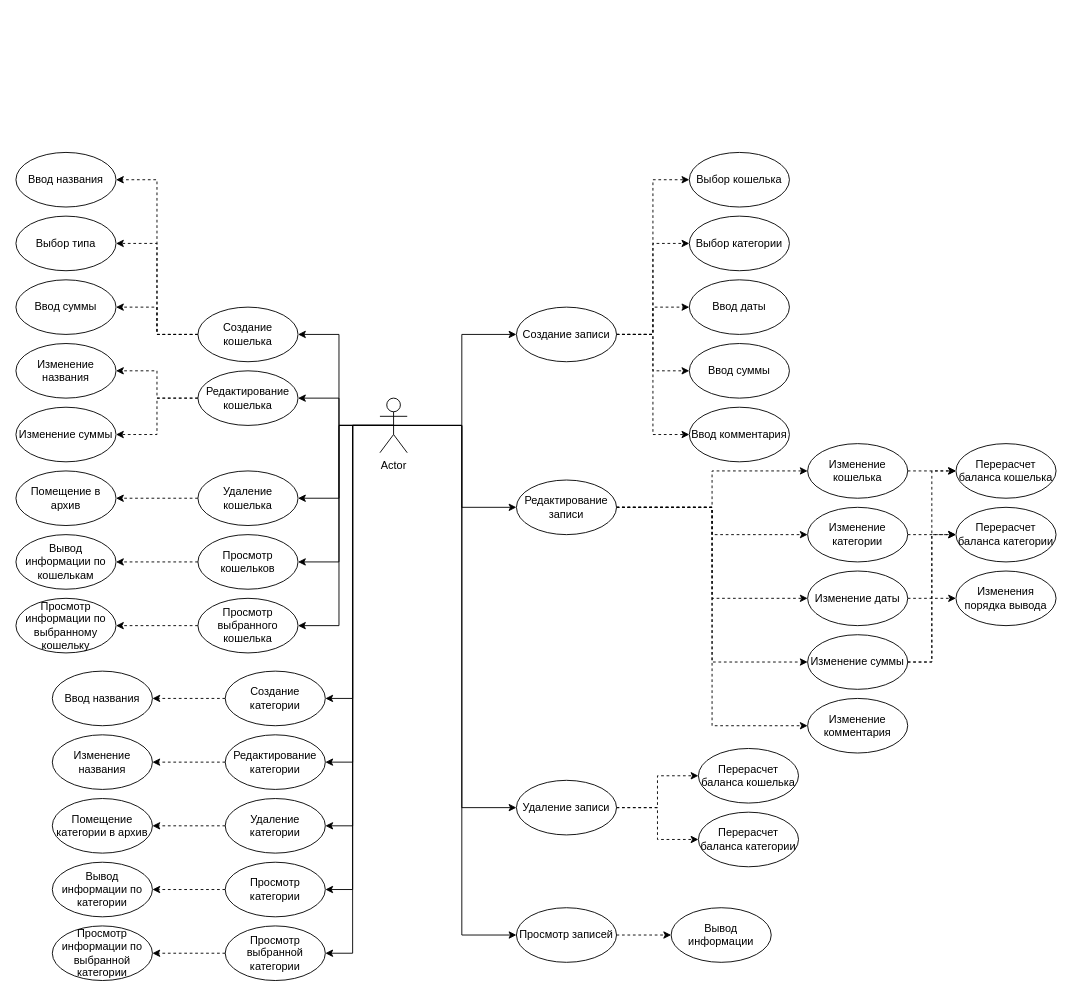
Earlier version of the draw.io diagram Диаграмма использования.drawio (Kaihatsu-sha/GeekBrains). Source tidied: cells renumbered, new cells numbered last; positions are measured from the earlier drawing's top-left corner, leaving out a move shared by most shapes. Both pictures are drawn from the tidied source at 91%, with x=0, y=0 at pixel (15, 152).
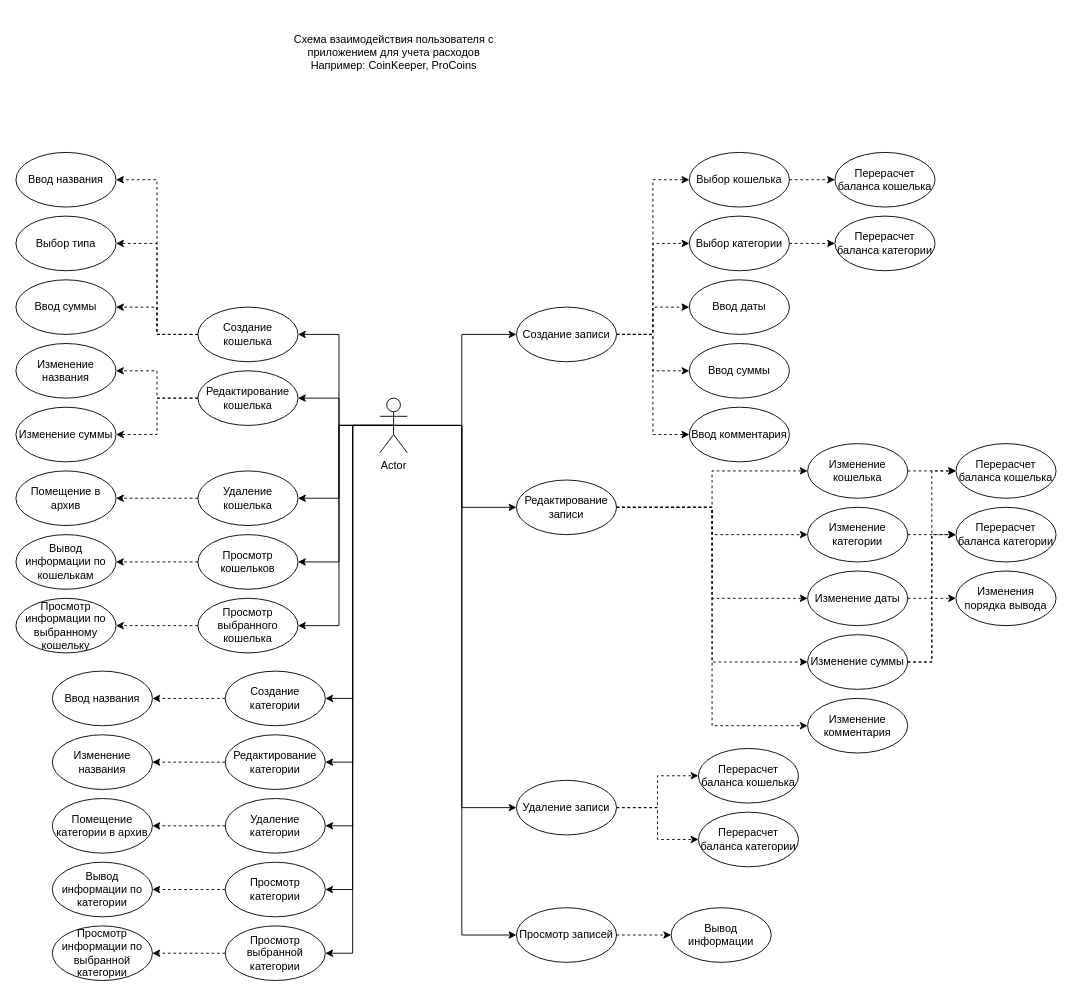
The same page after the edit.

The change refers to these unchanged cells:
```xml
<mxCell id="53" value="Выбор кошелька" style="ellipse;whiteSpace=wrap;html=1;" parent="1" vertex="1">
  <mxGeometry x="740" width="110" height="60" as="geometry" />
</mxCell>
<mxCell id="55" value="Выбор категории" style="ellipse;whiteSpace=wrap;html=1;" parent="1" vertex="1">
  <mxGeometry x="740" y="70" width="110" height="60" as="geometry" />
</mxCell>
```

Diff of the diagram source:
```diff
@@
+    <mxCell id="91" style="edgeStyle=orthogonalEdgeStyle;rounded=0;jettySize=auto;html=1;exitX=1;exitY=0.5;exitDx=0;exitDy=0;entryX=0;entryY=0.5;entryDx=0;entryDy=0;dashed=1;" parent="1" edge="1" source="53" target="93">
+      <mxGeometry relative="1" as="geometry" />
+    </mxCell>
@@
+    <mxCell id="92" style="edgeStyle=orthogonalEdgeStyle;rounded=0;jettySize=auto;html=1;exitX=1;exitY=0.5;exitDx=0;exitDy=0;dashed=1;" parent="1" edge="1" source="55" target="94">
+      <mxGeometry relative="1" as="geometry" />
+    </mxCell>
@@
+    <mxCell id="93" value="Перерасчет баланса кошелька" style="ellipse;whiteSpace=wrap;html=1;" parent="1" vertex="1">
+      <mxGeometry x="900" width="110" height="60" as="geometry" />
+    </mxCell>
+    <mxCell id="94" value="Перерасчет баланса категории" style="ellipse;whiteSpace=wrap;html=1;" parent="1" vertex="1">
+      <mxGeometry x="900" y="70" width="110" height="60" as="geometry" />
+    </mxCell>
+    <mxCell id="95" value="Схема взаимодействия пользователя с приложением для учета расходов&lt;br&gt;Например: CoinKeeper, ProCoins" style="text;html=1;strokeColor=none;fillColor=none;align=center;verticalAlign=middle;whiteSpace=wrap;rounded=0;" parent="1" vertex="1">
+      <mxGeometry x="292.5" y="-150" width="245" height="80" as="geometry" />
+    </mxCell>
```
